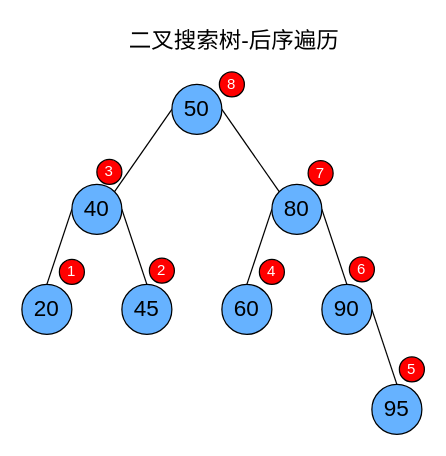
The draw.io diagram files/data_structure/tree/二叉搜索树-后序遍历.drawio in weizhiqimail/draw.io.repo, before the edit. Source tidied: cells renumbered, new cells numbered last; positions are measured from the earlier drawing's top-left corner, leaving out a move shared by most shapes. Both pictures are drawn from the tidied source at 125%, with x=0, y=0 at pixel (21, 21).
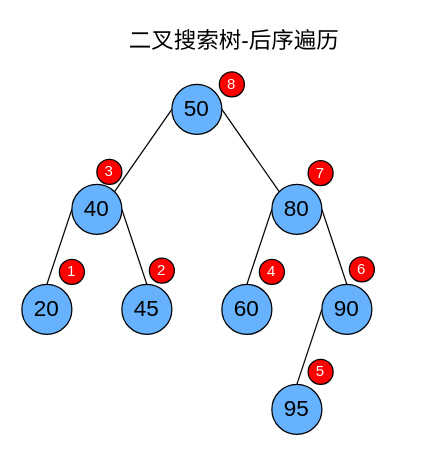
After the change.

The change refers to these unchanged cells:
```xml
<mxCell id="15" value="&lt;font style=&quot;color: rgb(0, 0, 0); font-size: 18px;&quot;&gt;90&lt;/font&gt;" style="ellipse;whiteSpace=wrap;html=1;fillColor=#66B2FF;" parent="1" vertex="1">
  <mxGeometry x="240" y="210" width="40" height="40" as="geometry" />
</mxCell>
```

The edit, as a diff of the source:
```diff
@@
     <mxCell id="13" value="&lt;font style=&quot;color: rgb(0, 0, 0); font-size: 18px;&quot;&gt;95&lt;/font&gt;" style="ellipse;whiteSpace=wrap;html=1;fillColor=#66B2FF;" parent="1" vertex="1">
-      <mxGeometry x="280" y="290" width="40" height="40" as="geometry" />
+      <mxGeometry x="200" y="290" width="40" height="40" as="geometry" />
     </mxCell>
-    <mxCell id="14" style="edgeStyle=none;html=1;exitX=1;exitY=0.5;exitDx=0;exitDy=0;entryX=0.5;entryY=0;entryDx=0;entryDy=0;endArrow=none;endFill=0;" parent="1" edge="1" source="15" target="13">
+    <mxCell id="14" style="edgeStyle=none;html=1;exitX=0;exitY=0.5;exitDx=0;exitDy=0;entryX=0.5;entryY=0;entryDx=0;entryDy=0;endArrow=none;endFill=0;" parent="1" edge="1" source="15" target="13">
       <mxGeometry relative="1" as="geometry" />
     </mxCell>
@@
     <mxCell id="24" value="&lt;font style=&quot;color: rgb(255, 255, 255);&quot;&gt;5&lt;/font&gt;" style="ellipse;whiteSpace=wrap;html=1;fillColor=light-dark(#ff0000, #ededed);strokeWidth=1;" parent="1" vertex="1">
-      <mxGeometry x="302" y="268" width="20" height="20" as="geometry" />
+      <mxGeometry x="229" y="270" width="20" height="20" as="geometry" />
     </mxCell>
```
